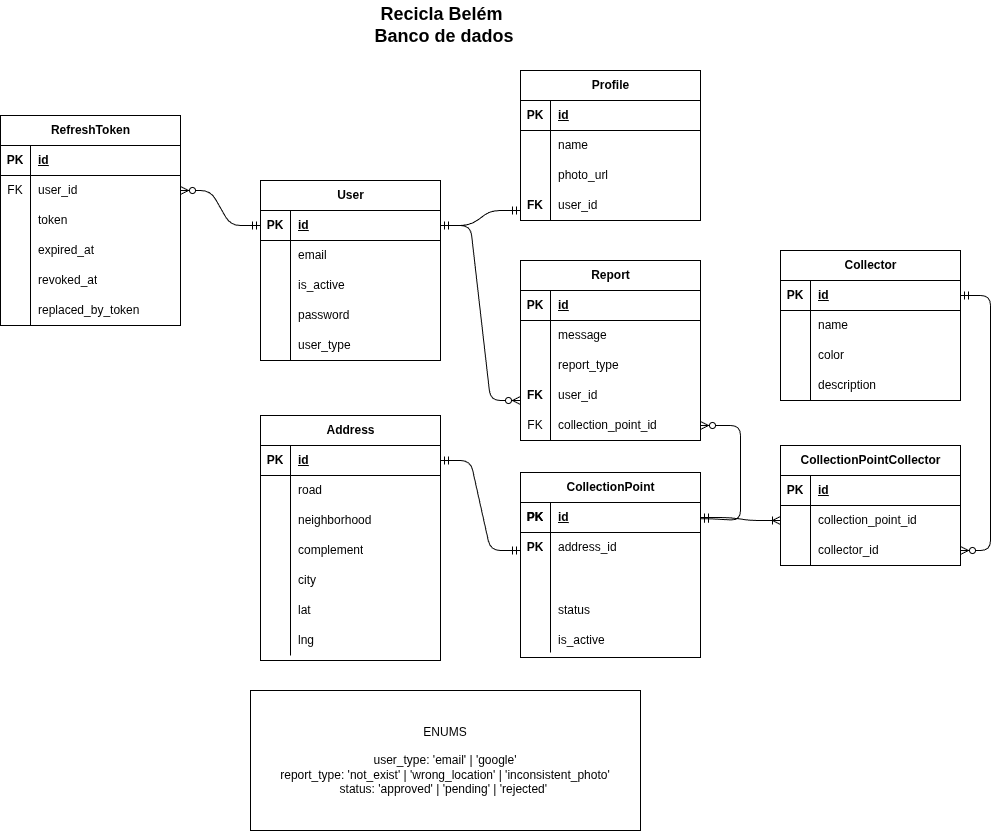
Before: docs/recicla-belem-bd.drawio.png, a diagram exported from draw.io (francovictor-dev/recicla-belem). Source tidied: cells renumbered, new cells last; positions are measured from the earlier drawing's top-left corner, leaving out a move shared by most shapes.
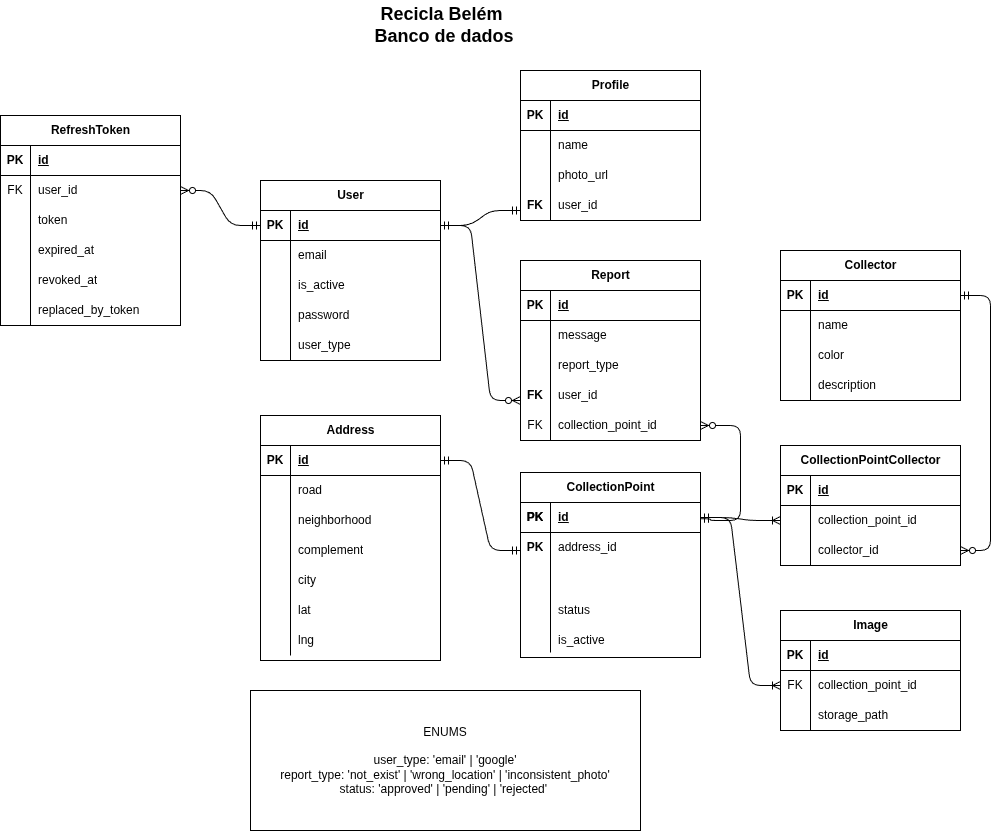
After the commit.

Diff of the diagram source:
```diff
@@ -452,5 +452,38 @@
     <mxCell id="145" style="edgeStyle=entityRelationEdgeStyle;fontSize=12;html=1;endArrow=ERzeroToMany;startArrow=ERmandOne;exitX=0;exitY=0.5;exitDx=0;exitDy=0;" parent="1" edge="1" source="4" target="130">
       <mxGeometry relative="1" as="geometry" />
     </mxCell>
+    <mxCell id="146" value="Image" style="shape=table;startSize=30;rowLines=0;fontStyle=1;align=center;html=1;" parent="1" vertex="1">
+      <mxGeometry x="780" y="610" width="180" height="120" as="geometry" />
+    </mxCell>
+    <mxCell id="147" style="shape=tableRow;horizontal=0;startSize=0;swimlaneHead=0;swimlaneBody=0;fillColor=none;top=0;left=0;right=0;bottom=1;" parent="146" vertex="1">
+      <mxGeometry y="30" width="180" height="30" as="geometry" />
+    </mxCell>
+    <mxCell id="148" value="PK" style="shape=partialRectangle;fillColor=none;top=0;left=0;bottom=0;right=0;fontStyle=1;overflow=hidden;whiteSpace=wrap;html=1;" parent="147" vertex="1">
+      <mxGeometry width="30" height="30" as="geometry" />
+    </mxCell>
+    <mxCell id="149" value="id" style="shape=partialRectangle;fillColor=none;top=0;left=0;bottom=0;right=0;align=left;spacingLeft=6;fontStyle=5;overflow=hidden;whiteSpace=wrap;html=1;" parent="147" vertex="1">
+      <mxGeometry x="30" width="150" height="30" as="geometry" />
+    </mxCell>
+    <mxCell id="150" style="shape=tableRow;horizontal=0;startSize=0;swimlaneHead=0;swimlaneBody=0;fillColor=none;points=[[0,0.5],[1,0.5]];portConstraint=eastwest;top=0;left=0;right=0;bottom=0;" parent="146" vertex="1">
+      <mxGeometry y="60" width="180" height="30" as="geometry" />
+    </mxCell>
+    <mxCell id="151" value="FK" style="shape=partialRectangle;fillColor=none;top=0;left=0;bottom=0;right=0;overflow=hidden;whiteSpace=wrap;html=1;" parent="150" vertex="1">
+      <mxGeometry width="30" height="30" as="geometry" />
+    </mxCell>
+    <mxCell id="152" value="collection_point_id" style="shape=partialRectangle;fillColor=none;top=0;left=0;bottom=0;right=0;align=left;spacingLeft=6;overflow=hidden;whiteSpace=wrap;html=1;" parent="150" vertex="1">
+      <mxGeometry x="30" width="150" height="30" as="geometry" />
+    </mxCell>
+    <mxCell id="153" style="shape=tableRow;horizontal=0;startSize=0;swimlaneHead=0;swimlaneBody=0;fillColor=none;top=0;left=0;right=0;bottom=0;" parent="146" vertex="1">
+      <mxGeometry y="90" width="180" height="30" as="geometry" />
+    </mxCell>
+    <mxCell id="154" style="shape=partialRectangle;fillColor=none;top=0;left=0;bottom=0;right=0;overflow=hidden;whiteSpace=wrap;html=1;" parent="153" vertex="1">
+      <mxGeometry width="30" height="30" as="geometry" />
+    </mxCell>
+    <mxCell id="155" value="storage_path" style="shape=partialRectangle;fillColor=none;top=0;left=0;bottom=0;right=0;align=left;spacingLeft=6;overflow=hidden;whiteSpace=wrap;html=1;" parent="153" vertex="1">
+      <mxGeometry x="30" width="150" height="30" as="geometry" />
+    </mxCell>
+    <mxCell id="156" style="edgeStyle=entityRelationEdgeStyle;fontSize=12;html=1;endArrow=ERoneToMany;startArrow=ERmandOne;entryX=0;entryY=0.5;entryDx=0;entryDy=0;exitX=1;exitY=0.5;exitDx=0;exitDy=0;" parent="1" edge="1" source="31" target="150">
+      <mxGeometry relative="1" as="geometry" />
+    </mxCell>
   </root>
 </mxGraphModel>
```
